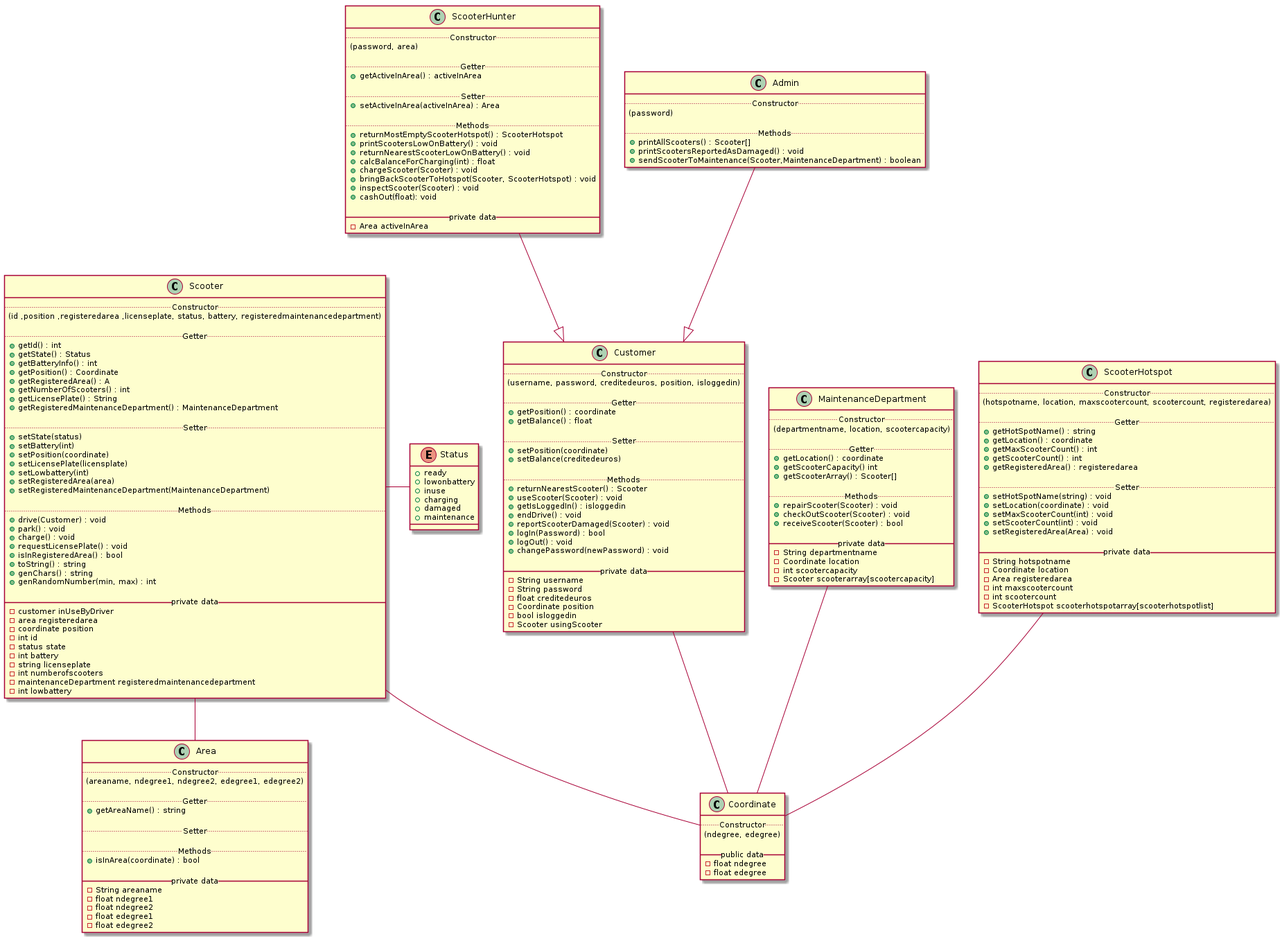
Before: assets/umldiagram.png, a diagram exported from PlantUML (fh-erfurt/Scooter-MS).
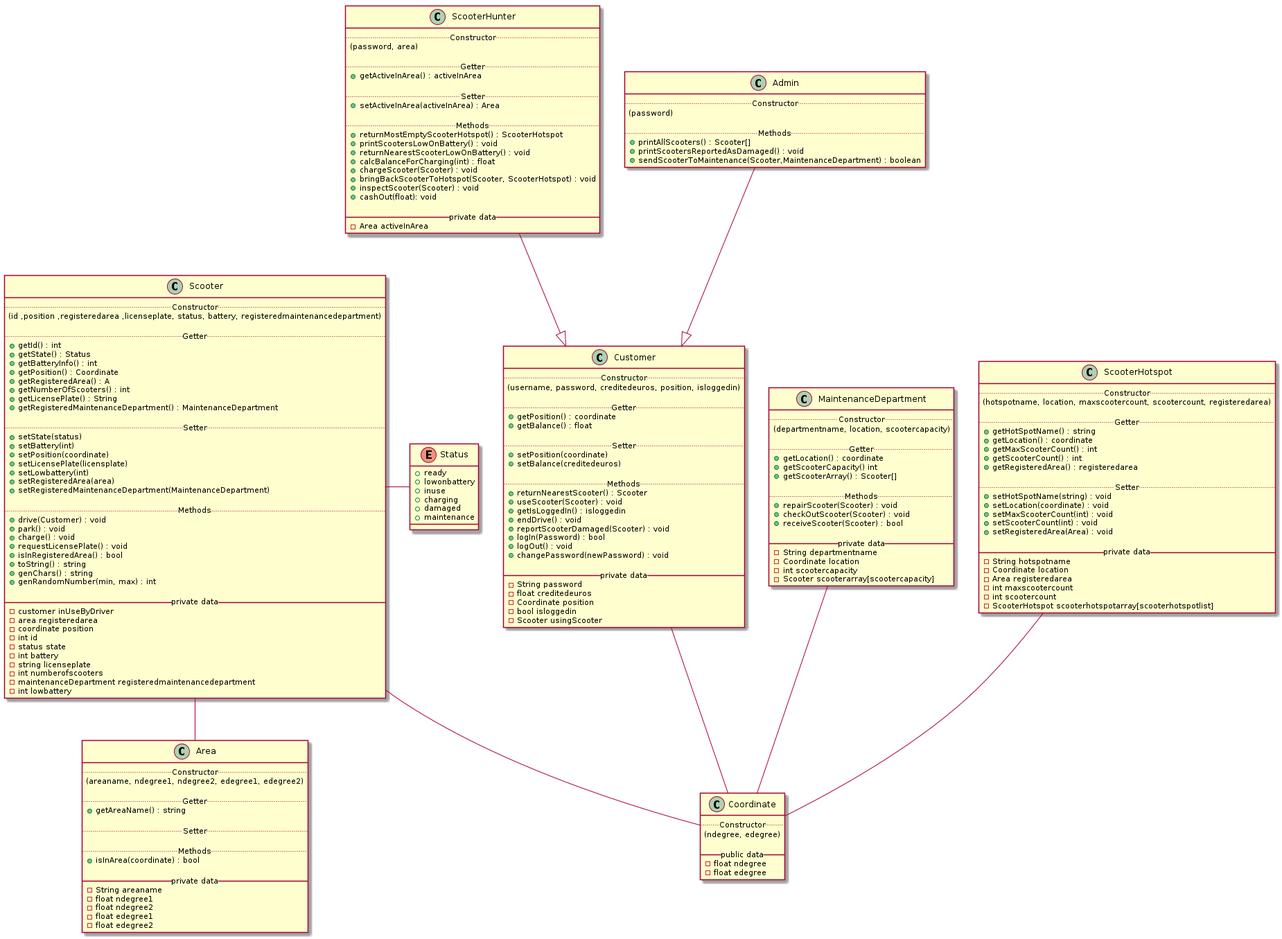
After the change.

Commit message:
Generate SVG and PNG images for PlantUML diagrams

Diff of the diagram source:
```diff
@@ -101,7 +101,6 @@
   + changePassword(newPassword) : void
 
   __ private data __
-  -String username
   -String password
   -float creditedeuros
   -Coordinate position
@@ -209,4 +208,5 @@
 ScooterHotspot -- Coordinate
 Customer -- Coordinate
 
+
 @enduml
```
